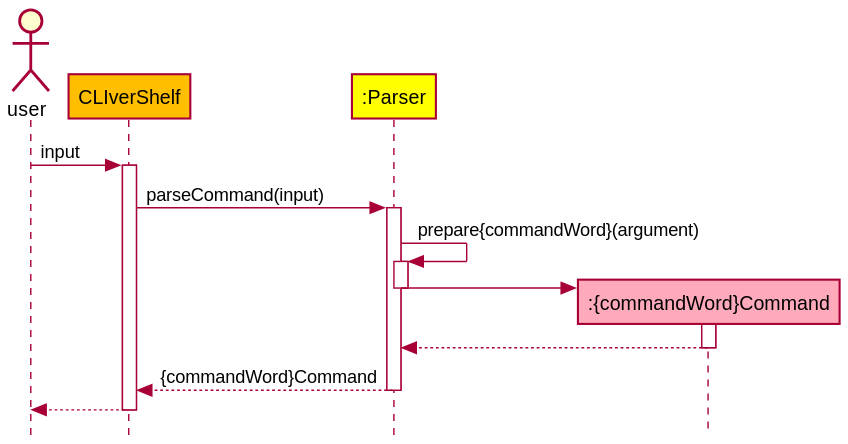
Earlier version of the PlantUML export docs/diagrams/ParserSequenceDiagram.svg (zh1huang/tp).
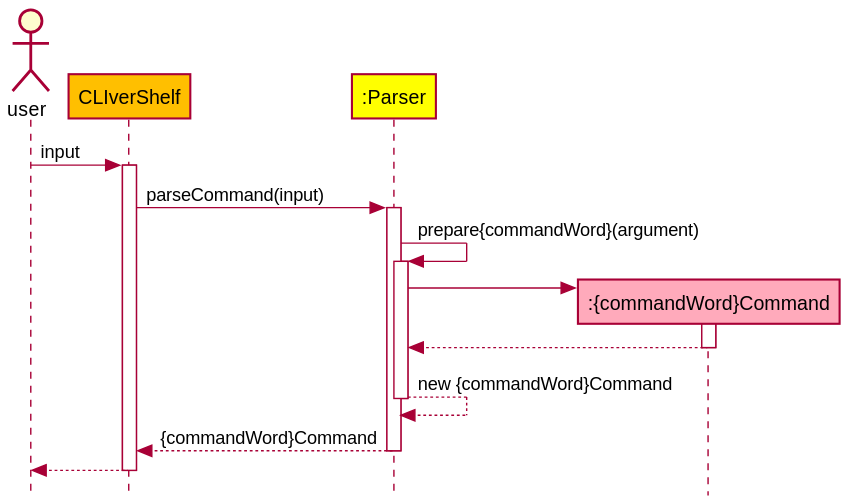
The same file after the commit.

The edit, as a diff of the source:
```diff
@@ -13,10 +13,14 @@
 parser -> parser : prepare{commandWord}(argument)
 activate parser
 parser -> newCommand **
-deactivate parser
 activate newCommand
 newCommand --> parser
 deactivate newCommand
+
+parser --> parser : new {commandWord}Command
+
+deactivate parser
+
 parser --> app : {commandWord}Command
 deactivate parser
 app --> user
```
